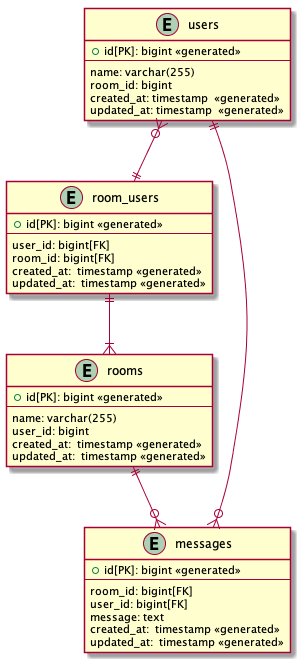
serviver-agent/rails-chat keeps this PlantUML diagram as doc/db/db.png. Above is the earlier version.
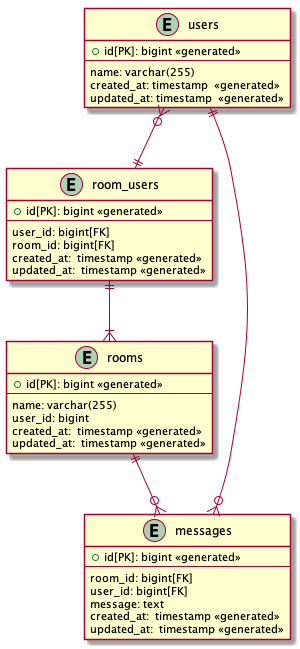
Above is the later version.

Commit message:
delete room_id user entity

Diff of the diagram source:
```diff
@@ -3,7 +3,6 @@
     + id[PK]: bigint <<generated>>
     --
     name: varchar(255)
-    room_id: bigint
     created_at: timestamp  <<generated>>
     updated_at: timestamp  <<generated>>
 }
```
